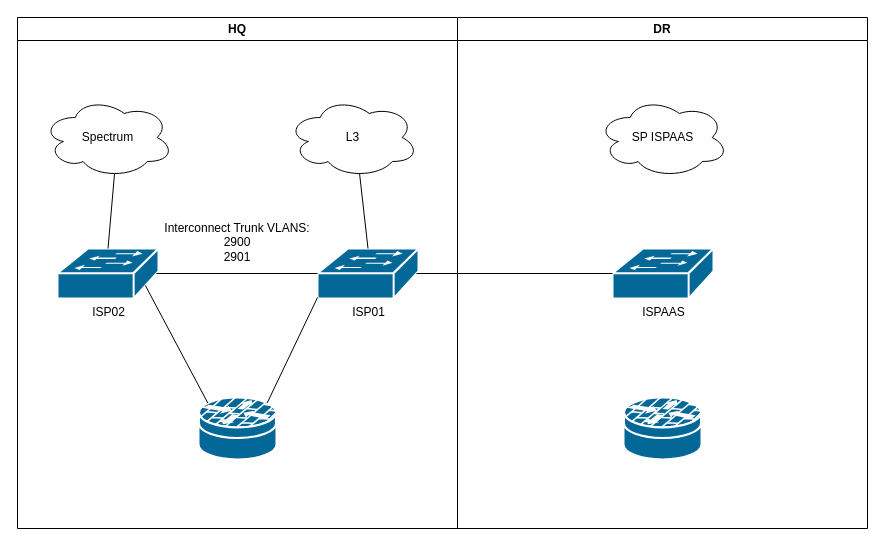
Above: EXT_HA.drawio in adamrt918/Diagram (draw.io), before the change. Source tidied: cells renumbered, new cells numbered last; positions are measured from the earlier drawing's top-left corner, leaving out a move shared by most shapes. Both pictures are drawn from the tidied source at 100%, with x=0, y=0 at pixel (17, 17).
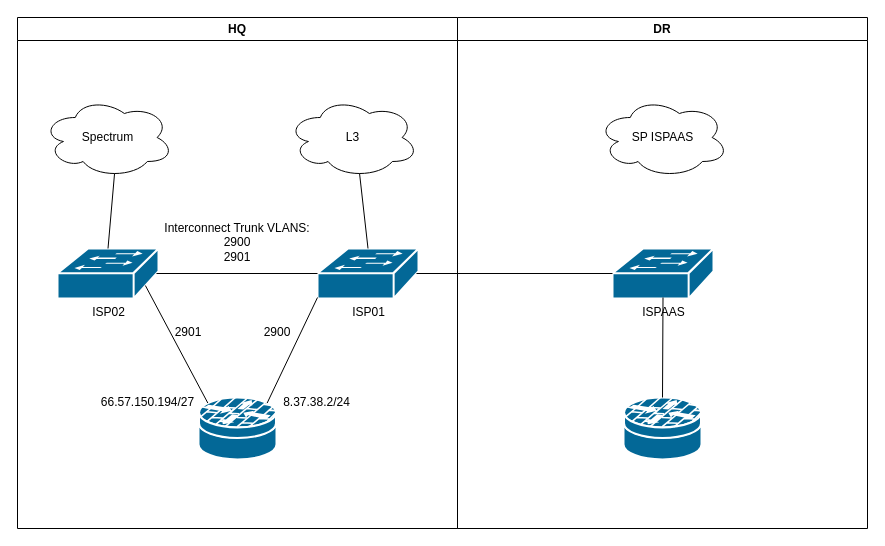
Above is the later version.

The change refers to these unchanged cells:
```xml
<mxCell id="2" value="HQ" style="swimlane;whiteSpace=wrap;html=1;" parent="1" vertex="1">
  <mxGeometry width="440" height="511" as="geometry" />
</mxCell>
<mxCell id="14" value="DR" style="swimlane;whiteSpace=wrap;html=1;" parent="1" vertex="1">
  <mxGeometry x="440" width="410" height="511" as="geometry" />
</mxCell>
<mxCell id="15" style="shape=mxgraph.cisco.security.router_firewall;sketch=0;html=1;dashed=0;fillColor=#036897;strokeColor=#ffffff;strokeWidth=2;verticalLabelPosition=bottom;verticalAlign=top;align=center;outlineConnect=0;" parent="14" vertex="1">
  <mxGeometry x="166" y="380" width="78" height="62" as="geometry" />
</mxCell>
<mxCell id="16" value="ISPAAS" style="shape=mxgraph.cisco.switches.workgroup_switch;sketch=0;html=1;dashed=0;fillColor=#036897;strokeColor=#ffffff;strokeWidth=2;verticalLabelPosition=bottom;verticalAlign=top;align=center;outlineConnect=0;" parent="14" vertex="1">
  <mxGeometry x="155" y="231" width="101" height="50" as="geometry" />
</mxCell>
```

What changed in the source:
```diff
@@
+    <mxCell id="19" value="8.37.38.2/24" style="text;html=1;align=center;verticalAlign=middle;whiteSpace=wrap;rounded=0;" parent="2" vertex="1">
+      <mxGeometry x="259" y="370" width="81" height="30" as="geometry" />
+    </mxCell>
+    <mxCell id="20" value="66.57.150.194/27" style="text;html=1;align=center;verticalAlign=middle;whiteSpace=wrap;rounded=0;" parent="2" vertex="1">
+      <mxGeometry x="80" y="370" width="101" height="30" as="geometry" />
+    </mxCell>
+    <mxCell id="21" value="2901" style="text;html=1;align=center;verticalAlign=middle;whiteSpace=wrap;rounded=0;" parent="2" vertex="1">
+      <mxGeometry x="141" y="300" width="60" height="30" as="geometry" />
+    </mxCell>
+    <mxCell id="22" value="2900" style="text;html=1;align=center;verticalAlign=middle;whiteSpace=wrap;rounded=0;" parent="2" vertex="1">
+      <mxGeometry x="230" y="300" width="60" height="30" as="geometry" />
+    </mxCell>
@@
+    <mxCell id="23" style="endArrow=none;html=1;rounded=0;entryX=0.5;entryY=0.98;entryDx=0;entryDy=0;entryPerimeter=0;exitX=0.5;exitY=0;exitDx=0;exitDy=0;exitPerimeter=0;" parent="14" edge="1" source="15" target="16">
+      <mxGeometry relative="1" as="geometry" />
+    </mxCell>
```
